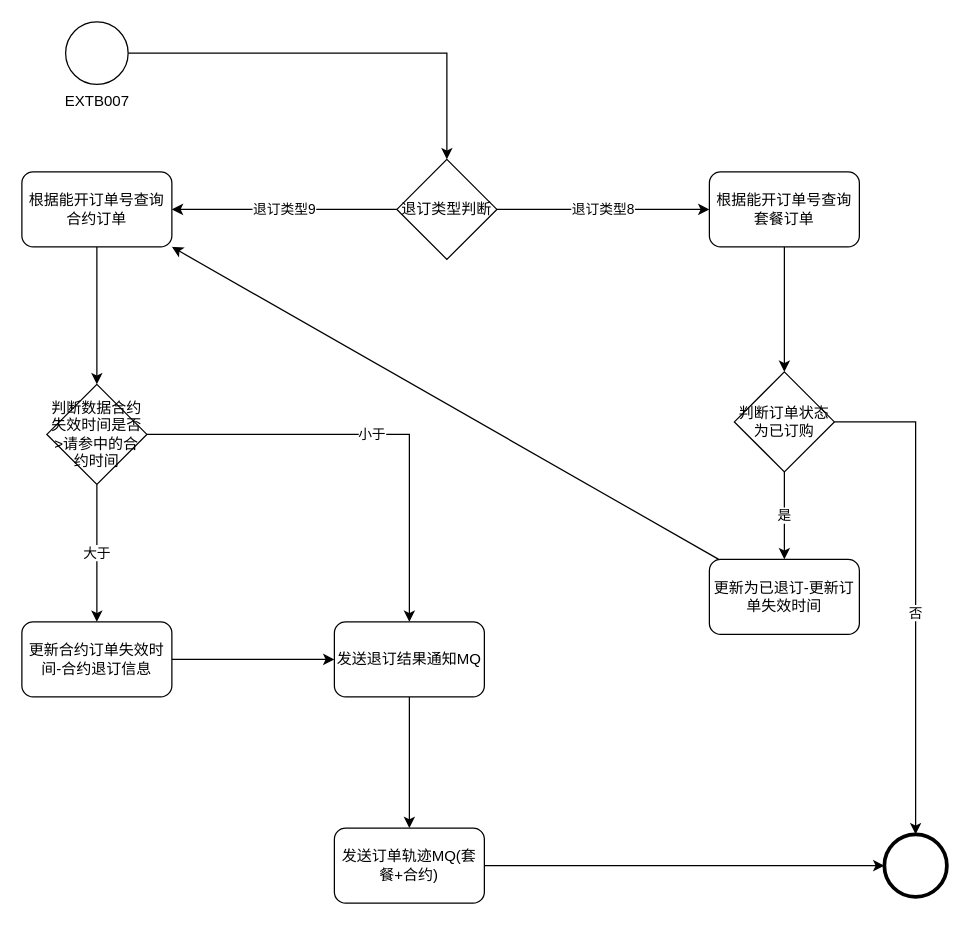
This is Untitled  套餐+权益退订.drawio from moshan123/draw, a draw.io file, before an edit. Source tidied: cells renumbered, new cells numbered last; positions are measured from the earlier drawing's top-left corner, leaving out a move shared by most shapes. Both pictures are drawn from the tidied source at 125%, with x=0, y=0 at pixel (21, 21).
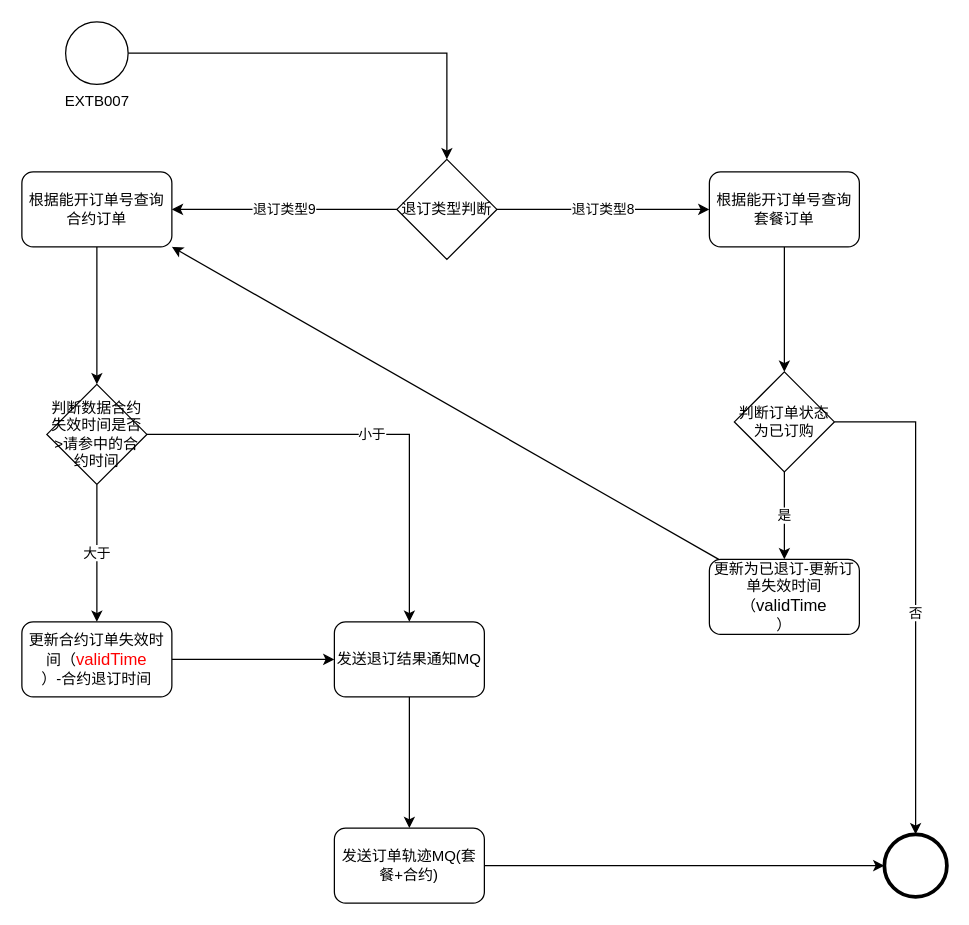
After the change.

Commit message:
Update Untitled  套餐+权益退订.drawio

Diff of the diagram source:
```diff
@@
-    <mxCell id="16" value="更新为已退订-更新订单失效时间" style="rounded=1;whiteSpace=wrap;html=1;" parent="1" vertex="1">
+    <mxCell id="16" value="更新为已退订-更新订单失效时间（&lt;span lang=&quot;EN-US&quot; style=&quot;font-size: 10pt ; font-family: &amp;#34;calibri&amp;#34; , sans-serif&quot;&gt;validTime&lt;/span&gt;&lt;br&gt;）" style="rounded=1;whiteSpace=wrap;html=1;" parent="1" vertex="1">
       <mxGeometry x="550" y="430" width="120" height="60" as="geometry" />
     </mxCell>
@@
-    <mxCell id="22" value="更新合约订单失效时间-合约退订信息" style="rounded=1;whiteSpace=wrap;html=1;" parent="1" vertex="1">
+    <mxCell id="22" value="更新合约订单失效时间（&lt;span lang=&quot;EN-US&quot; style=&quot;font-size: 10.0pt ; font-family: &amp;#34;calibri&amp;#34; , sans-serif ; color: red&quot;&gt;validTime&lt;/span&gt;&lt;br&gt;）-合约退订时间" style="rounded=1;whiteSpace=wrap;html=1;" parent="1" vertex="1">
       <mxGeometry y="480" width="120" height="60" as="geometry" />
     </mxCell>
```
